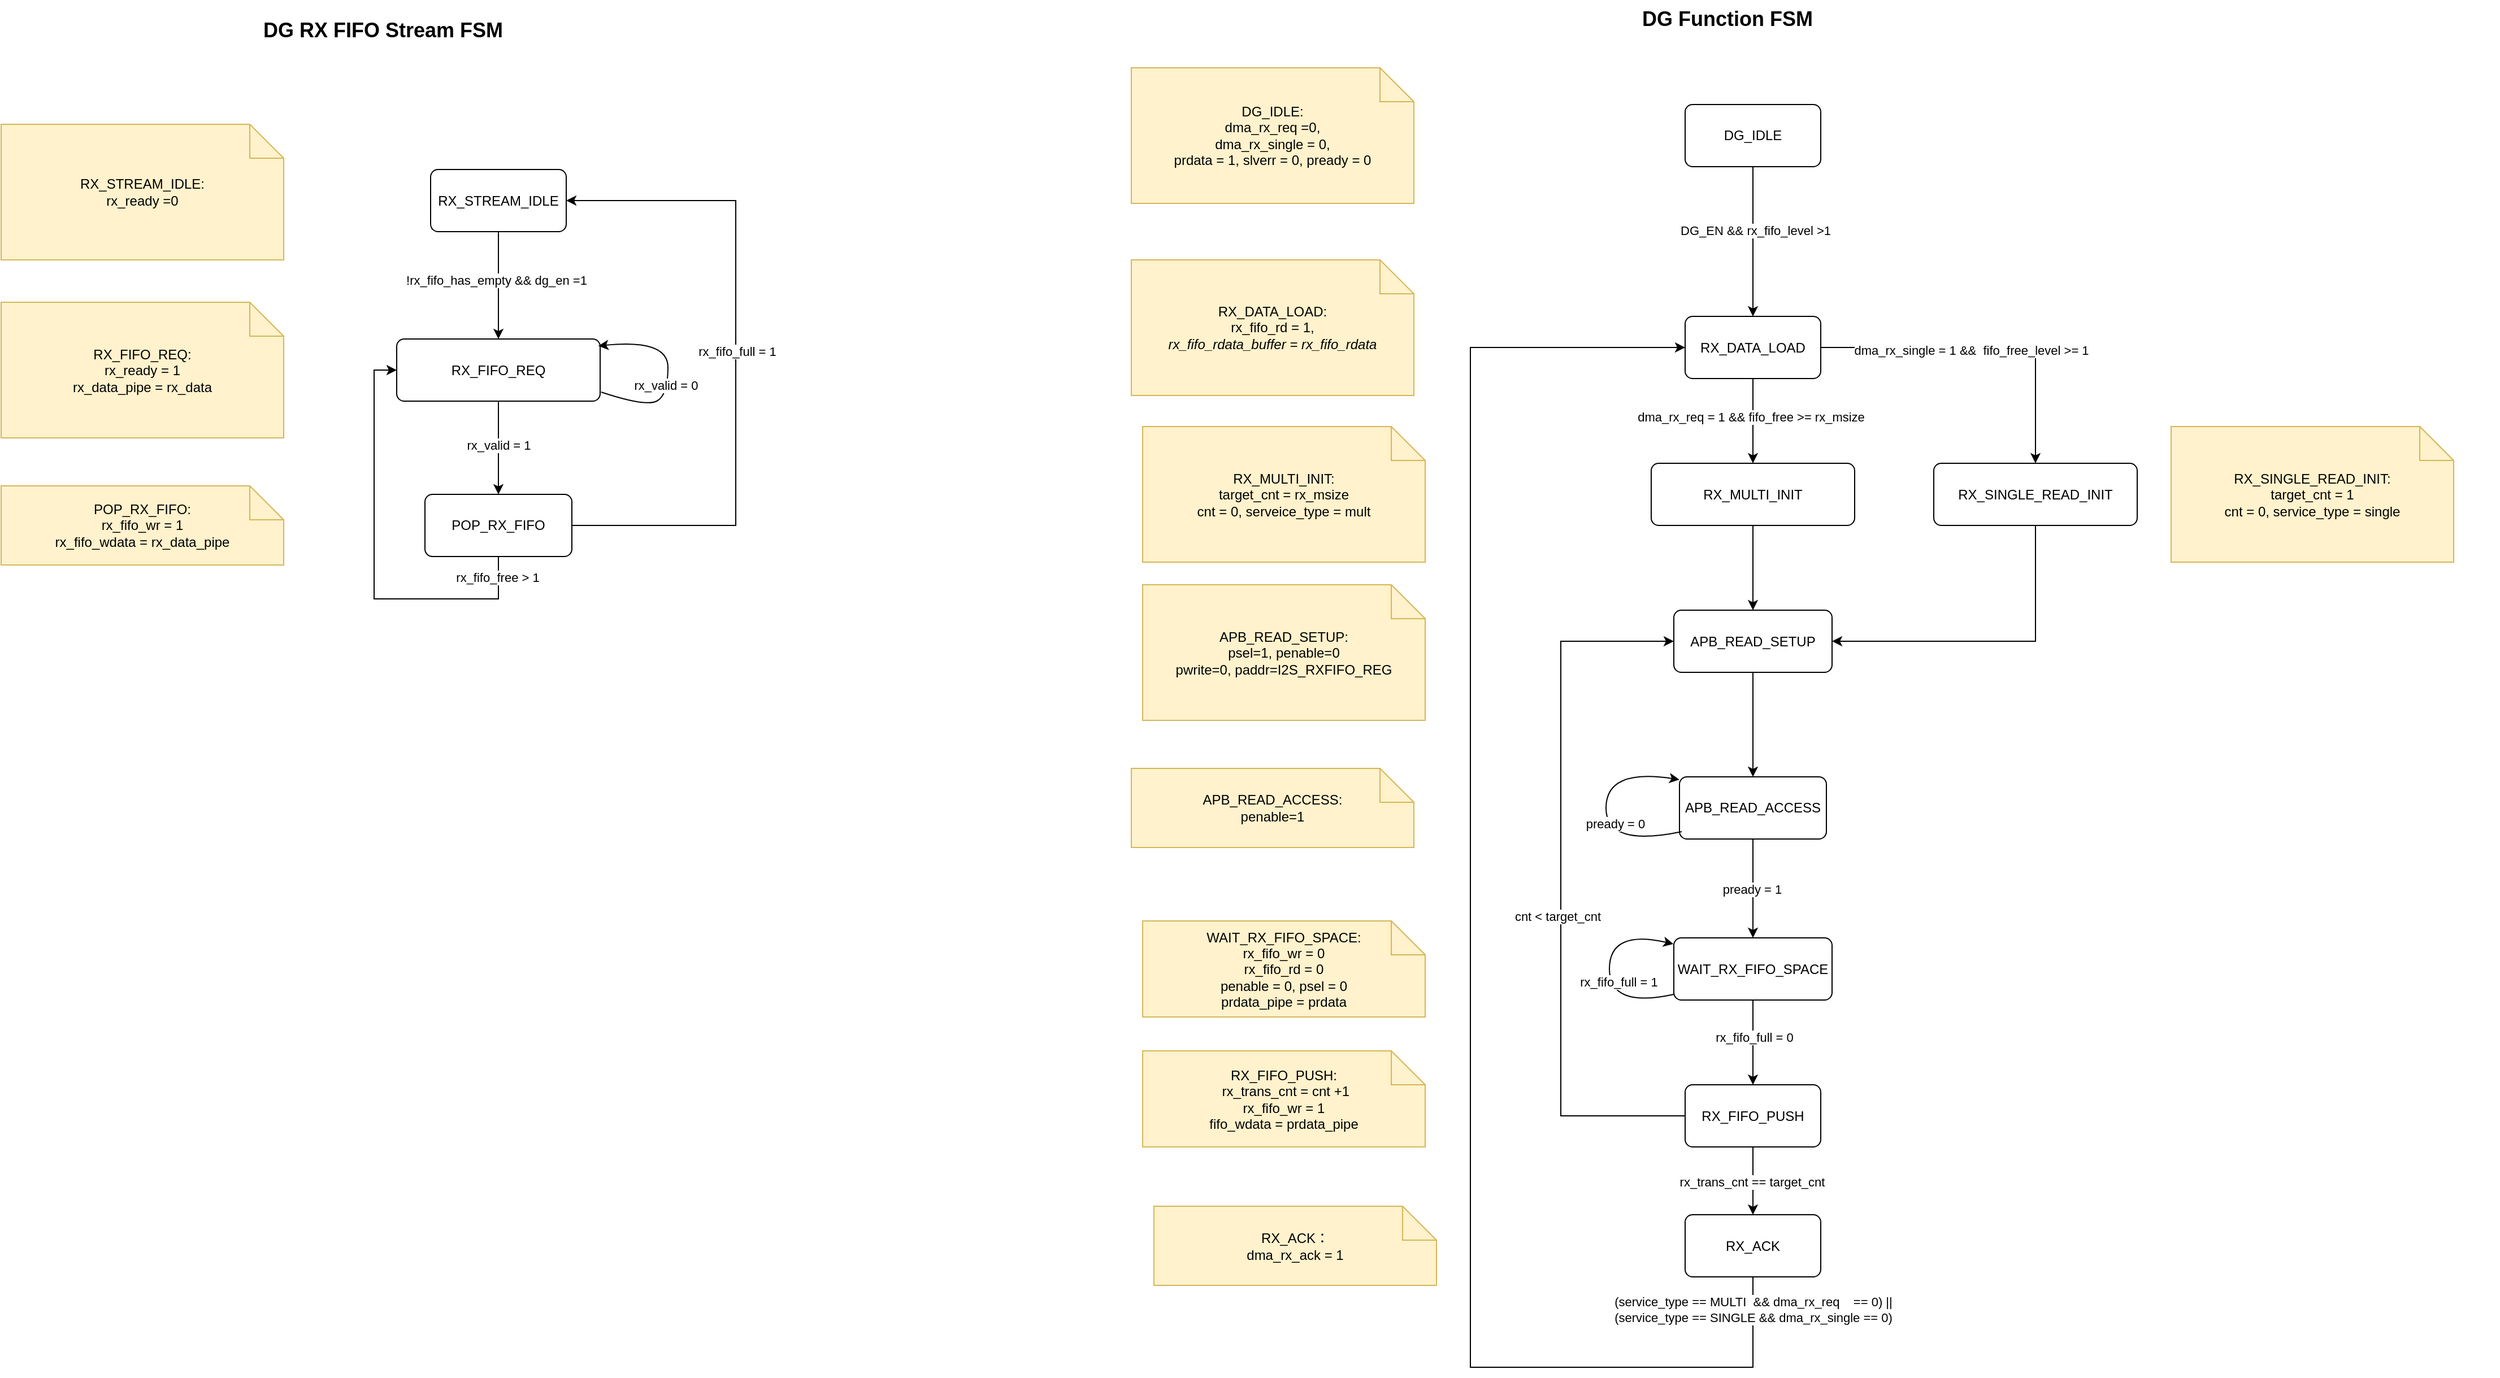
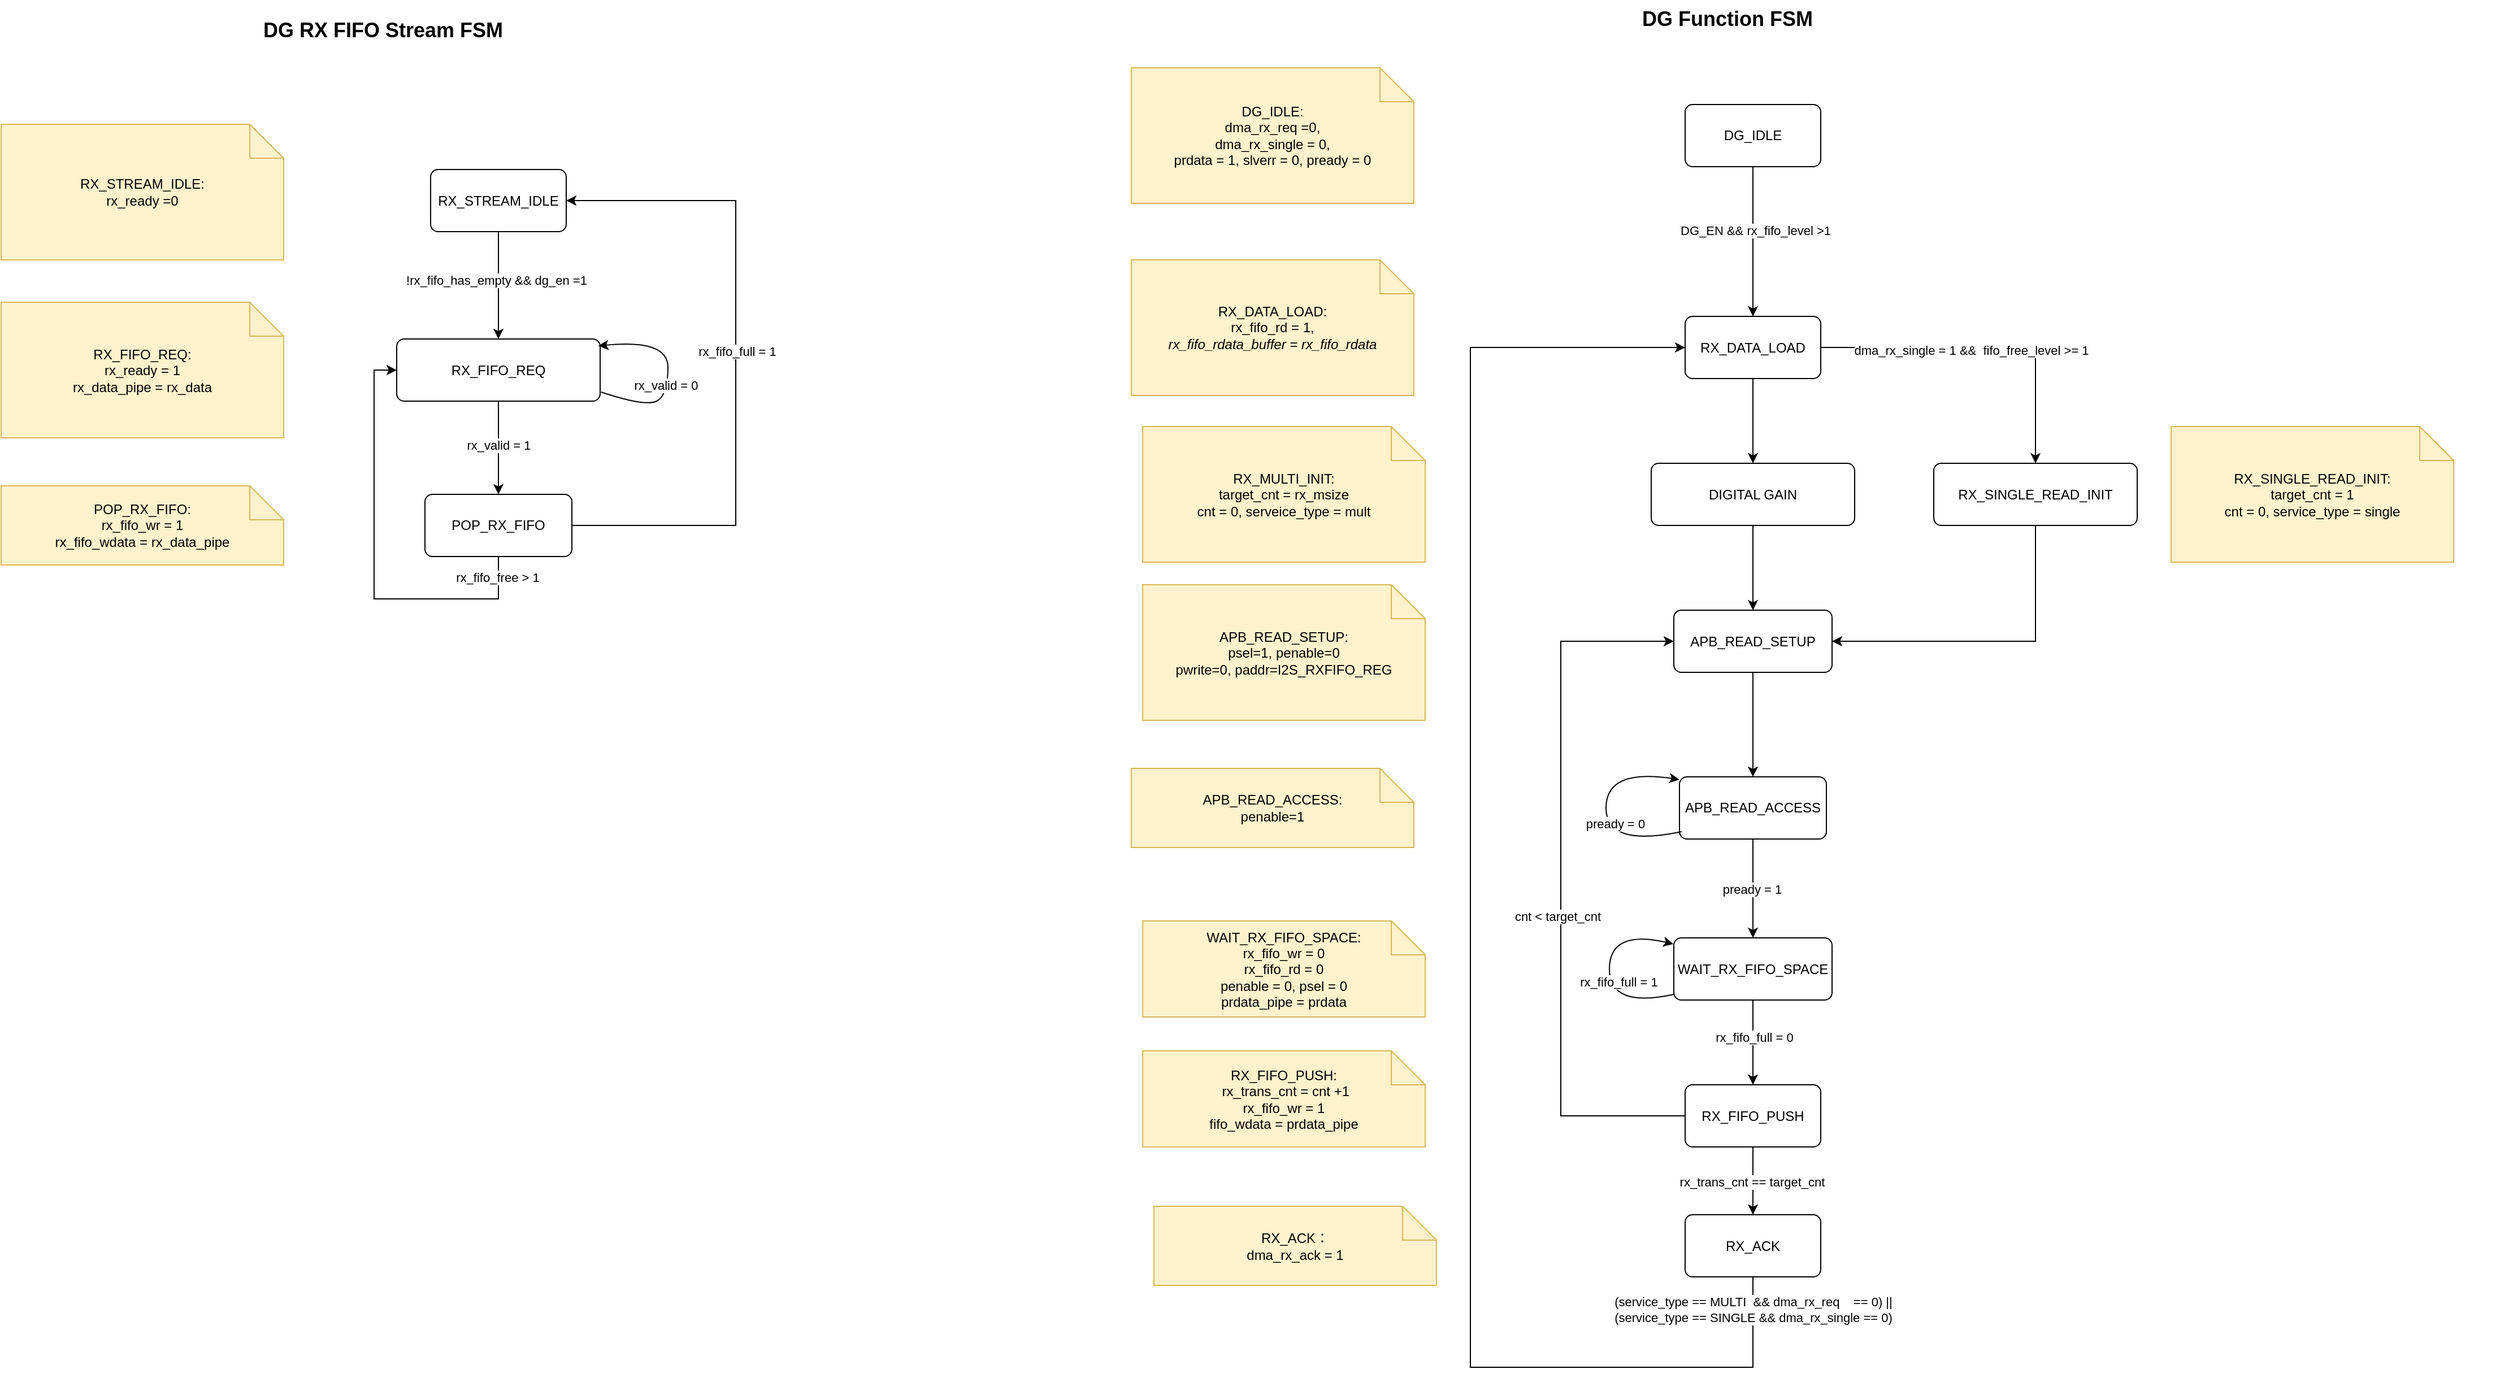
<mxfile host="app.diagrams.net">
  <diagram name="第 1 页" id="1fRNLwPgRf_CtldP1hrz">
-     <mxGraphModel dx="-1120" dy="301" grid="1" gridSize="10" guides="1" tooltips="1" connect="1" arrows="1" fold="1" page="1" pageScale="1" pageWidth="827" pageHeight="1169" math="0" shadow="0">
+     <mxGraphModel dx="-743" dy="514" grid="1" gridSize="10" guides="1" tooltips="1" connect="1" arrows="1" fold="1" page="1" pageScale="1" pageWidth="827" pageHeight="1169" math="0" shadow="0">
      <root>
        <mxCell id="0" />
        <mxCell id="1" parent="0" />
        <mxCell id="M1j7goV4bkzS5Lg1R7Bt-28" parent="1" style="text;html=1;strokeColor=none;fillColor=none;fontSize=18;fontStyle=1;" value="DG RX FIFO Stream FSM&amp;nbsp;&amp;nbsp;" vertex="1">
          <mxGeometry height="40" width="760" x="2040" y="130" as="geometry" />
        </mxCell>
        <mxCell id="M1j7goV4bkzS5Lg1R7Bt-29" parent="1" style="rounded=1;whiteSpace=wrap;html=1;arcSize=12;fillColor=#ffffff;strokeColor=#000000;" value="RX_STREAM_IDLE" vertex="1">
          <mxGeometry height="55" width="120" x="2190" y="270" as="geometry" />
        </mxCell>
        <mxCell id="M1j7goV4bkzS5Lg1R7Bt-30" parent="1" style="rounded=1;whiteSpace=wrap;html=1;arcSize=12;fillColor=#ffffff;strokeColor=#000000;" value="RX_FIFO_REQ" vertex="1">
          <mxGeometry height="55" width="180" x="2160" y="420" as="geometry" />
        </mxCell>
        <mxCell id="M1j7goV4bkzS5Lg1R7Bt-31" edge="1" parent="1" source="M1j7goV4bkzS5Lg1R7Bt-29" style="endArrow=classic;html=1;rounded=0;exitX=0.5;exitY=1;exitDx=0;exitDy=0;entryX=0.5;entryY=0;entryDx=0;entryDy=0;" target="M1j7goV4bkzS5Lg1R7Bt-30" value="">
          <mxGeometry height="50" relative="1" width="50" as="geometry">
            <mxPoint x="2270" y="390" as="sourcePoint" />
            <mxPoint x="2320" y="340" as="targetPoint" />
          </mxGeometry>
        </mxCell>
        <mxCell id="M1j7goV4bkzS5Lg1R7Bt-32" connectable="0" parent="M1j7goV4bkzS5Lg1R7Bt-31" style="edgeLabel;html=1;align=center;verticalAlign=middle;resizable=0;points=[];" value="!rx_fifo_has_empty &amp;amp;&amp;amp; dg_en =1" vertex="1">
          <mxGeometry relative="1" x="-0.0927" y="-2" as="geometry">
            <mxPoint as="offset" />
          </mxGeometry>
        </mxCell>
        <mxCell id="M1j7goV4bkzS5Lg1R7Bt-33" parent="1" style="shape=note;whiteSpace=wrap;html=1;fillColor=#fff2cc;strokeColor=#d6b656;" value="RX_FIFO_REQ:&lt;div&gt;r&lt;span style=&quot;background-color: transparent;&quot;&gt;x_ready = 1&lt;/span&gt;&lt;/div&gt;&lt;div&gt;&lt;span style=&quot;background-color: transparent;&quot;&gt;rx_data_pipe = rx_data&lt;/span&gt;&lt;/div&gt;" vertex="1">
          <mxGeometry height="120" width="250" x="1810" y="387.5" as="geometry" />
        </mxCell>
        <mxCell id="M1j7goV4bkzS5Lg1R7Bt-34" parent="1" style="rounded=1;whiteSpace=wrap;html=1;arcSize=12;fillColor=#ffffff;strokeColor=#000000;" value="POP_RX_FIFO" vertex="1">
          <mxGeometry height="55" width="130" x="2185" y="557.5" as="geometry" />
        </mxCell>
        <mxCell id="M1j7goV4bkzS5Lg1R7Bt-35" edge="1" parent="1" source="M1j7goV4bkzS5Lg1R7Bt-30" style="endArrow=classic;html=1;rounded=0;exitX=0.5;exitY=1;exitDx=0;exitDy=0;entryX=0.5;entryY=0;entryDx=0;entryDy=0;" target="M1j7goV4bkzS5Lg1R7Bt-34" value="">
          <mxGeometry height="50" relative="1" width="50" as="geometry">
            <mxPoint x="2260" y="540" as="sourcePoint" />
            <mxPoint x="2310" y="490" as="targetPoint" />
          </mxGeometry>
        </mxCell>
        <mxCell id="M1j7goV4bkzS5Lg1R7Bt-36" connectable="0" parent="M1j7goV4bkzS5Lg1R7Bt-35" style="edgeLabel;html=1;align=center;verticalAlign=middle;resizable=0;points=[];" value="rx_valid = 1" vertex="1">
          <mxGeometry relative="1" x="-0.0537" as="geometry">
            <mxPoint as="offset" />
          </mxGeometry>
        </mxCell>
        <mxCell id="M1j7goV4bkzS5Lg1R7Bt-37" parent="1" style="shape=note;whiteSpace=wrap;html=1;fillColor=#fff2cc;strokeColor=#d6b656;" value="POP_RX_FIFO:&lt;div&gt;rx_fifo_wr = 1&lt;/div&gt;&lt;div&gt;rx_fifo_wdata = rx_data_pipe&lt;/div&gt;" vertex="1">
          <mxGeometry height="70" width="250" x="1810" y="550" as="geometry" />
        </mxCell>
        <mxCell id="M1j7goV4bkzS5Lg1R7Bt-38" parent="1" style="shape=note;whiteSpace=wrap;html=1;fillColor=#fff2cc;strokeColor=#d6b656;" value="RX_STREAM_IDLE:&lt;div&gt;rx_ready =0&lt;/div&gt;" vertex="1">
          <mxGeometry height="120" width="250" x="1810" y="230" as="geometry" />
        </mxCell>
        <mxCell id="M1j7goV4bkzS5Lg1R7Bt-39" edge="1" parent="1" source="M1j7goV4bkzS5Lg1R7Bt-34" style="endArrow=classic;html=1;rounded=0;exitX=0.5;exitY=1;exitDx=0;exitDy=0;entryX=0;entryY=0.5;entryDx=0;entryDy=0;edgeStyle=orthogonalEdgeStyle;" target="M1j7goV4bkzS5Lg1R7Bt-30" value="">
          <mxGeometry height="50" relative="1" width="50" as="geometry">
            <Array as="points">
              <mxPoint x="2250" y="650" />
              <mxPoint x="2140" y="650" />
              <mxPoint x="2140" y="448" />
            </Array>
            <mxPoint x="2440" y="550" as="sourcePoint" />
            <mxPoint x="2490" y="500" as="targetPoint" />
          </mxGeometry>
        </mxCell>
        <mxCell id="M1j7goV4bkzS5Lg1R7Bt-40" connectable="0" parent="M1j7goV4bkzS5Lg1R7Bt-39" style="edgeLabel;html=1;align=center;verticalAlign=middle;resizable=0;points=[];" value="rx_fifo_free &amp;gt; 1" vertex="1">
          <mxGeometry relative="1" x="-0.9016" y="-1" as="geometry">
            <mxPoint as="offset" />
          </mxGeometry>
        </mxCell>
        <mxCell id="M1j7goV4bkzS5Lg1R7Bt-41" edge="1" parent="1" source="M1j7goV4bkzS5Lg1R7Bt-34" style="endArrow=classic;html=1;rounded=0;exitX=1;exitY=0.5;exitDx=0;exitDy=0;entryX=1;entryY=0.5;entryDx=0;entryDy=0;edgeStyle=orthogonalEdgeStyle;" target="M1j7goV4bkzS5Lg1R7Bt-29" value="">
          <mxGeometry height="50" relative="1" width="50" as="geometry">
            <Array as="points">
              <mxPoint x="2460" y="585" />
              <mxPoint x="2460" y="298" />
            </Array>
            <mxPoint x="2400" y="580" as="sourcePoint" />
            <mxPoint x="2450" y="530" as="targetPoint" />
          </mxGeometry>
        </mxCell>
        <mxCell id="M1j7goV4bkzS5Lg1R7Bt-42" connectable="0" parent="M1j7goV4bkzS5Lg1R7Bt-41" style="edgeLabel;html=1;align=center;verticalAlign=middle;resizable=0;points=[];" value="rx_fifo_full = 1" vertex="1">
          <mxGeometry relative="1" x="0.0267" y="-1" as="geometry">
            <mxPoint as="offset" />
          </mxGeometry>
        </mxCell>
        <mxCell id="M1j7goV4bkzS5Lg1R7Bt-55" edge="1" parent="1" source="M1j7goV4bkzS5Lg1R7Bt-30" style="curved=1;endArrow=classic;html=1;rounded=0;entryX=0.991;entryY=0.112;entryDx=0;entryDy=0;exitX=1.005;exitY=0.854;exitDx=0;exitDy=0;exitPerimeter=0;entryPerimeter=0;" target="M1j7goV4bkzS5Lg1R7Bt-30" value="">
          <mxGeometry height="50" relative="1" width="50" as="geometry">
            <Array as="points">
              <mxPoint x="2380" y="480" />
              <mxPoint x="2400" y="470" />
              <mxPoint x="2400" y="420" />
            </Array>
            <mxPoint x="2350" y="540" as="sourcePoint" />
            <mxPoint x="2400" y="490" as="targetPoint" />
          </mxGeometry>
        </mxCell>
        <mxCell id="M1j7goV4bkzS5Lg1R7Bt-56" connectable="0" parent="M1j7goV4bkzS5Lg1R7Bt-55" style="edgeLabel;html=1;align=center;verticalAlign=middle;resizable=0;points=[];" value="rx_valid = 0" vertex="1">
          <mxGeometry relative="1" x="-0.1698" y="2" as="geometry">
            <mxPoint as="offset" />
          </mxGeometry>
        </mxCell>
        <mxCell id="M1j7goV4bkzS5Lg1R7Bt-60" parent="1" style="text;html=1;strokeColor=none;fillColor=none;fontSize=18;fontStyle=1;" value="DG Function FSM&amp;nbsp;&amp;nbsp;" vertex="1">
          <mxGeometry height="40" width="760" x="3260" y="120" as="geometry" />
        </mxCell>
        <mxCell id="M1j7goV4bkzS5Lg1R7Bt-61" parent="1" style="rounded=1;whiteSpace=wrap;html=1;arcSize=12;fillColor=#ffffff;strokeColor=#000000;" value="RX_DATA_LOAD" vertex="1">
          <mxGeometry height="55" width="120" x="3300" y="400" as="geometry" />
        </mxCell>
        <mxCell id="M1j7goV4bkzS5Lg1R7Bt-62" parent="1" style="rounded=1;whiteSpace=wrap;html=1;arcSize=12;fillColor=#ffffff;strokeColor=#000000;" value="APB_READ_SETUP" vertex="1">
          <mxGeometry height="55" width="140" x="3290" y="660" as="geometry" />
        </mxCell>
        <mxCell id="M1j7goV4bkzS5Lg1R7Bt-63" edge="1" parent="1" source="M1j7goV4bkzS5Lg1R7Bt-61" style="endArrow=classic;html=1;rounded=0;exitX=0.5;exitY=1;exitDx=0;exitDy=0;entryX=0.5;entryY=0;entryDx=0;entryDy=0;" target="M1j7goV4bkzS5Lg1R7Bt-99" value="">
          <mxGeometry height="50" relative="1" width="50" as="geometry">
            <mxPoint x="3380" y="520" as="sourcePoint" />
            <mxPoint x="3360" y="530" as="targetPoint" />
          </mxGeometry>
        </mxCell>
-         <mxCell id="M1j7goV4bkzS5Lg1R7Bt-64" connectable="0" parent="M1j7goV4bkzS5Lg1R7Bt-63" style="edgeLabel;html=1;align=center;verticalAlign=middle;resizable=0;points=[];" value="dma_rx_req = 1 &amp;amp;&amp;amp; fifo_free &amp;gt;= rx_msize" vertex="1">
-           <mxGeometry relative="1" x="-0.0927" y="-2" as="geometry">
-             <mxPoint as="offset" />
-           </mxGeometry>
-         </mxCell>
        <mxCell id="M1j7goV4bkzS5Lg1R7Bt-65" parent="1" style="shape=note;whiteSpace=wrap;html=1;fillColor=#fff2cc;strokeColor=#d6b656;" value="APB_READ_SETUP:&lt;div&gt;psel=1, penable=0&lt;br&gt;pwrite=0, paddr=I2S_RXFIFO_REG&lt;/div&gt;" vertex="1">
          <mxGeometry height="120" width="250" x="2820" y="637.5" as="geometry" />
        </mxCell>
        <mxCell id="M1j7goV4bkzS5Lg1R7Bt-66" parent="1" style="rounded=1;whiteSpace=wrap;html=1;arcSize=12;fillColor=#ffffff;strokeColor=#000000;" value="APB_READ_ACCESS" vertex="1">
          <mxGeometry height="55" width="130" x="3295" y="807.5" as="geometry" />
        </mxCell>
        <mxCell id="M1j7goV4bkzS5Lg1R7Bt-67" edge="1" parent="1" source="M1j7goV4bkzS5Lg1R7Bt-62" style="endArrow=classic;html=1;rounded=0;exitX=0.5;exitY=1;exitDx=0;exitDy=0;entryX=0.5;entryY=0;entryDx=0;entryDy=0;" target="M1j7goV4bkzS5Lg1R7Bt-66" value="">
          <mxGeometry height="50" relative="1" width="50" as="geometry">
            <mxPoint x="3370" y="790" as="sourcePoint" />
            <mxPoint x="3420" y="740" as="targetPoint" />
          </mxGeometry>
        </mxCell>
        <mxCell id="M1j7goV4bkzS5Lg1R7Bt-68" parent="1" style="shape=note;whiteSpace=wrap;html=1;fillColor=#fff2cc;strokeColor=#d6b656;" value="APB_READ_ACCESS:&lt;br&gt;penable=1" vertex="1">
          <mxGeometry height="70" width="250" x="2810" y="800" as="geometry" />
        </mxCell>
        <mxCell id="M1j7goV4bkzS5Lg1R7Bt-69" edge="1" parent="1" source="M1j7goV4bkzS5Lg1R7Bt-66" style="curved=1;endArrow=classic;html=1;rounded=0;exitX=0.015;exitY=0.881;exitDx=0;exitDy=0;entryX=0;entryY=0;entryDx=0;entryDy=0;exitPerimeter=0;" value="">
          <mxGeometry height="50" relative="1" width="50" as="geometry">
            <Array as="points">
              <mxPoint x="3230" y="870" />
              <mxPoint x="3230" y="800" />
            </Array>
            <mxPoint x="3295" y="865" as="sourcePoint" />
            <mxPoint x="3295" y="810" as="targetPoint" />
          </mxGeometry>
        </mxCell>
        <mxCell id="M1j7goV4bkzS5Lg1R7Bt-70" connectable="0" parent="M1j7goV4bkzS5Lg1R7Bt-69" style="edgeLabel;html=1;align=center;verticalAlign=middle;resizable=0;points=[];" value="pready = 0" vertex="1">
          <mxGeometry relative="1" x="-0.1215" y="-8" as="geometry">
            <mxPoint as="offset" />
          </mxGeometry>
        </mxCell>
        <mxCell id="M1j7goV4bkzS5Lg1R7Bt-71" parent="1" style="rounded=1;whiteSpace=wrap;html=1;arcSize=12;fillColor=#ffffff;strokeColor=#000000;" value="WAIT_RX_FIFO_SPACE" vertex="1">
          <mxGeometry height="55" width="140" x="3290" y="950" as="geometry" />
        </mxCell>
        <mxCell id="M1j7goV4bkzS5Lg1R7Bt-72" edge="1" parent="1" source="M1j7goV4bkzS5Lg1R7Bt-66" style="endArrow=classic;html=1;rounded=0;exitX=0.5;exitY=1;exitDx=0;exitDy=0;entryX=0.5;entryY=0;entryDx=0;entryDy=0;" target="M1j7goV4bkzS5Lg1R7Bt-71" value="">
          <mxGeometry height="50" relative="1" width="50" as="geometry">
            <mxPoint x="3350" y="940" as="sourcePoint" />
            <mxPoint x="3400" y="890" as="targetPoint" />
          </mxGeometry>
        </mxCell>
        <mxCell id="M1j7goV4bkzS5Lg1R7Bt-73" connectable="0" parent="M1j7goV4bkzS5Lg1R7Bt-72" style="edgeLabel;html=1;align=center;verticalAlign=middle;resizable=0;points=[];" value="pready = 1" vertex="1">
          <mxGeometry relative="1" x="0.0089" y="-1" as="geometry">
            <mxPoint as="offset" />
          </mxGeometry>
        </mxCell>
        <mxCell id="M1j7goV4bkzS5Lg1R7Bt-74" parent="1" style="shape=note;whiteSpace=wrap;html=1;fillColor=#fff2cc;strokeColor=#d6b656;" value="WAIT_RX_FIFO_SPACE:&lt;div&gt;rx_fifo_wr = 0&lt;/div&gt;&lt;div&gt;rx_fifo_rd = 0&lt;br&gt;&lt;/div&gt;&lt;div&gt;penable = 0, psel = 0&lt;/div&gt;&lt;div&gt;prdata_pipe = prdata&lt;/div&gt;" vertex="1">
          <mxGeometry height="85" width="250" x="2820" y="935" as="geometry" />
        </mxCell>
        <mxCell id="M1j7goV4bkzS5Lg1R7Bt-75" parent="1" style="rounded=1;whiteSpace=wrap;html=1;arcSize=12;fillColor=#ffffff;strokeColor=#000000;" value="RX_ACK" vertex="1">
          <mxGeometry height="55" width="120" x="3300" y="1195" as="geometry" />
        </mxCell>
        <mxCell id="M1j7goV4bkzS5Lg1R7Bt-76" edge="1" parent="1" source="M1j7goV4bkzS5Lg1R7Bt-87" style="endArrow=classic;html=1;rounded=0;exitX=0.5;exitY=1;exitDx=0;exitDy=0;" value="">
          <mxGeometry height="50" relative="1" width="50" as="geometry">
            <mxPoint x="3359.57" y="1120" as="sourcePoint" />
            <mxPoint x="3360" y="1195" as="targetPoint" />
          </mxGeometry>
        </mxCell>
        <mxCell id="M1j7goV4bkzS5Lg1R7Bt-77" connectable="0" parent="M1j7goV4bkzS5Lg1R7Bt-76" style="edgeLabel;html=1;align=center;verticalAlign=middle;resizable=0;points=[];" value="rx_trans_cnt == target_cnt" vertex="1">
          <mxGeometry relative="1" x="0.0089" y="-1" as="geometry">
            <mxPoint as="offset" />
          </mxGeometry>
        </mxCell>
        <mxCell id="M1j7goV4bkzS5Lg1R7Bt-78" parent="1" style="shape=note;whiteSpace=wrap;html=1;fillColor=#fff2cc;strokeColor=#d6b656;" value="RX_ACK：&lt;div&gt;dma_rx_ack = 1&lt;/div&gt;" vertex="1">
          <mxGeometry height="70" width="250" x="2830" y="1187.5" as="geometry" />
        </mxCell>
        <mxCell id="M1j7goV4bkzS5Lg1R7Bt-79" parent="1" style="shape=note;whiteSpace=wrap;html=1;fillColor=#fff2cc;strokeColor=#d6b656;" value="RX_DATA_LOAD:&lt;div&gt;rx_fifo_rd = 1,&lt;/div&gt;&lt;div&gt;&lt;i&gt;rx_fifo_rdata_buffer = rx_fifo_rdata&lt;/i&gt;&lt;/div&gt;" vertex="1">
          <mxGeometry height="120" width="250" x="2810" y="350" as="geometry" />
        </mxCell>
        <mxCell id="M1j7goV4bkzS5Lg1R7Bt-80" edge="1" parent="1" source="M1j7goV4bkzS5Lg1R7Bt-75" style="endArrow=classic;html=1;rounded=0;exitX=0.5;exitY=1;exitDx=0;exitDy=0;edgeStyle=orthogonalEdgeStyle;entryX=0;entryY=0.5;entryDx=0;entryDy=0;" target="M1j7goV4bkzS5Lg1R7Bt-61" value="">
          <mxGeometry height="50" relative="1" width="50" as="geometry">
            <Array as="points">
              <mxPoint x="3360" y="1330" />
              <mxPoint x="3110" y="1330" />
              <mxPoint x="3110" y="428" />
            </Array>
            <mxPoint x="3249.95" y="1012.5" as="sourcePoint" />
            <mxPoint x="3190" y="425" as="targetPoint" />
          </mxGeometry>
        </mxCell>
        <mxCell id="M1j7goV4bkzS5Lg1R7Bt-81" connectable="0" parent="M1j7goV4bkzS5Lg1R7Bt-80" style="edgeLabel;html=1;align=center;verticalAlign=middle;resizable=0;points=[];" value="&lt;div&gt;(service_type == MULTI&amp;nbsp; &amp;amp;&amp;amp; dma_rx_req&amp;nbsp; &amp;nbsp; == 0) ||&lt;/div&gt;&lt;div&gt;(service_type == SINGLE &amp;amp;&amp;amp; dma_rx_single == 0)&lt;/div&gt;" vertex="1">
          <mxGeometry relative="1" x="-0.9589" as="geometry">
            <mxPoint as="offset" />
          </mxGeometry>
        </mxCell>
        <mxCell id="M1j7goV4bkzS5Lg1R7Bt-82" edge="1" parent="1" source="M1j7goV4bkzS5Lg1R7Bt-61" style="endArrow=classic;html=1;rounded=0;exitX=1;exitY=0.5;exitDx=0;exitDy=0;edgeStyle=orthogonalEdgeStyle;entryX=0.5;entryY=0;entryDx=0;entryDy=0;" target="M1j7goV4bkzS5Lg1R7Bt-84" value="">
          <mxGeometry height="50" relative="1" width="50" as="geometry">
            <mxPoint x="3590" y="500" as="sourcePoint" />
            <mxPoint x="3600" y="520" as="targetPoint" />
          </mxGeometry>
        </mxCell>
        <mxCell id="M1j7goV4bkzS5Lg1R7Bt-83" connectable="0" parent="M1j7goV4bkzS5Lg1R7Bt-82" style="edgeLabel;html=1;align=center;verticalAlign=middle;resizable=0;points=[];" value="dma_rx_single = 1 &amp;amp;&amp;amp;&amp;nbsp; fifo_free_level &amp;gt;= 1" vertex="1">
          <mxGeometry relative="1" x="-0.0927" y="-2" as="geometry">
            <mxPoint as="offset" />
          </mxGeometry>
        </mxCell>
        <mxCell id="M1j7goV4bkzS5Lg1R7Bt-84" parent="1" style="rounded=1;whiteSpace=wrap;html=1;arcSize=12;fillColor=#ffffff;strokeColor=#000000;" value="RX_SINGLE_READ_INIT" vertex="1">
          <mxGeometry height="55" width="180" x="3520" y="530" as="geometry" />
        </mxCell>
        <mxCell id="M1j7goV4bkzS5Lg1R7Bt-85" parent="1" style="shape=note;whiteSpace=wrap;html=1;fillColor=#fff2cc;strokeColor=#d6b656;" value="RX_SINGLE_READ_INIT:&lt;div&gt;target_cnt = 1&lt;br&gt;cnt = 0, service_type = single&lt;/div&gt;" vertex="1">
          <mxGeometry height="120" width="250" x="3730" y="497.5" as="geometry" />
        </mxCell>
        <mxCell id="M1j7goV4bkzS5Lg1R7Bt-86" edge="1" parent="1" source="M1j7goV4bkzS5Lg1R7Bt-84" style="endArrow=classic;html=1;rounded=0;exitX=0.5;exitY=1;exitDx=0;exitDy=0;entryX=1;entryY=0.5;entryDx=0;entryDy=0;edgeStyle=orthogonalEdgeStyle;" target="M1j7goV4bkzS5Lg1R7Bt-62" value="">
          <mxGeometry height="50" relative="1" width="50" as="geometry">
            <mxPoint x="3570" y="910" as="sourcePoint" />
            <mxPoint x="3620" y="860" as="targetPoint" />
          </mxGeometry>
        </mxCell>
        <mxCell id="M1j7goV4bkzS5Lg1R7Bt-87" parent="1" style="rounded=1;whiteSpace=wrap;html=1;arcSize=12;fillColor=#ffffff;strokeColor=#000000;" value="RX_FIFO_PUSH" vertex="1">
          <mxGeometry height="55" width="120" x="3300" y="1080" as="geometry" />
        </mxCell>
        <mxCell id="M1j7goV4bkzS5Lg1R7Bt-88" edge="1" parent="1" source="M1j7goV4bkzS5Lg1R7Bt-71" style="endArrow=classic;html=1;rounded=0;exitX=0.5;exitY=1;exitDx=0;exitDy=0;entryX=0.5;entryY=0;entryDx=0;entryDy=0;" target="M1j7goV4bkzS5Lg1R7Bt-87" value="">
          <mxGeometry height="50" relative="1" width="50" as="geometry">
            <mxPoint x="3430" y="1070" as="sourcePoint" />
            <mxPoint x="3480" y="1020" as="targetPoint" />
          </mxGeometry>
        </mxCell>
        <mxCell id="M1j7goV4bkzS5Lg1R7Bt-89" connectable="0" parent="M1j7goV4bkzS5Lg1R7Bt-88" style="edgeLabel;html=1;align=center;verticalAlign=middle;resizable=0;points=[];" value="rx_fifo_full = 0" vertex="1">
          <mxGeometry relative="1" x="-0.1138" y="1" as="geometry">
            <mxPoint as="offset" />
          </mxGeometry>
        </mxCell>
        <mxCell id="M1j7goV4bkzS5Lg1R7Bt-90" edge="1" parent="1" style="curved=1;endArrow=classic;html=1;rounded=0;entryX=-0.002;entryY=0.099;entryDx=0;entryDy=0;entryPerimeter=0;" target="M1j7goV4bkzS5Lg1R7Bt-71" value="">
          <mxGeometry height="50" relative="1" width="50" as="geometry">
            <Array as="points">
              <mxPoint x="3233" y="1012.5" />
              <mxPoint x="3233" y="942.5" />
            </Array>
            <mxPoint x="3290" y="1000" as="sourcePoint" />
            <mxPoint x="3298" y="952.5" as="targetPoint" />
          </mxGeometry>
        </mxCell>
        <mxCell id="M1j7goV4bkzS5Lg1R7Bt-91" connectable="0" parent="M1j7goV4bkzS5Lg1R7Bt-90" style="edgeLabel;html=1;align=center;verticalAlign=middle;resizable=0;points=[];" value="rx_fifo_full = 1" vertex="1">
          <mxGeometry relative="1" x="-0.1215" y="-8" as="geometry">
            <mxPoint as="offset" />
          </mxGeometry>
        </mxCell>
        <mxCell id="M1j7goV4bkzS5Lg1R7Bt-92" parent="1" style="shape=note;whiteSpace=wrap;html=1;fillColor=#fff2cc;strokeColor=#d6b656;" value="RX_FIFO_PUSH:&lt;div&gt;&amp;nbsp;rx_trans_cnt = cnt +1&lt;br&gt;&lt;/div&gt;&lt;div&gt;rx_fifo_wr = 1&lt;br&gt;fifo_wdata = prdata_pipe&lt;/div&gt;" vertex="1">
          <mxGeometry height="85" width="250" x="2820" y="1050" as="geometry" />
        </mxCell>
        <mxCell id="M1j7goV4bkzS5Lg1R7Bt-93" parent="1" style="rounded=1;whiteSpace=wrap;html=1;arcSize=12;fillColor=#ffffff;strokeColor=#000000;" value="DG_IDLE" vertex="1">
          <mxGeometry height="55" width="120" x="3300" y="212.5" as="geometry" />
        </mxCell>
        <mxCell id="M1j7goV4bkzS5Lg1R7Bt-94" edge="1" parent="1" source="M1j7goV4bkzS5Lg1R7Bt-93" style="endArrow=classic;html=1;rounded=0;exitX=0.5;exitY=1;exitDx=0;exitDy=0;" target="M1j7goV4bkzS5Lg1R7Bt-61" value="">
          <mxGeometry height="50" relative="1" width="50" as="geometry">
            <mxPoint x="3400" y="320" as="sourcePoint" />
            <mxPoint x="3450" y="270" as="targetPoint" />
          </mxGeometry>
        </mxCell>
        <mxCell id="M1j7goV4bkzS5Lg1R7Bt-95" connectable="0" parent="M1j7goV4bkzS5Lg1R7Bt-94" style="edgeLabel;html=1;align=center;verticalAlign=middle;resizable=0;points=[];" value="DG_EN &amp;amp;&amp;amp; rx_fifo_level &amp;gt;1" vertex="1">
          <mxGeometry relative="1" x="-0.1446" y="2" as="geometry">
            <mxPoint as="offset" />
          </mxGeometry>
        </mxCell>
        <mxCell id="M1j7goV4bkzS5Lg1R7Bt-96" parent="1" style="shape=note;whiteSpace=wrap;html=1;fillColor=#fff2cc;strokeColor=#d6b656;" value="DG_IDLE:&lt;div&gt;dma_rx_req =0,&lt;/div&gt;&lt;div&gt;dma_rx_single = 0,&lt;/div&gt;&lt;div&gt;prdata = 1, slverr = 0, pready = 0&lt;/div&gt;" vertex="1">
          <mxGeometry height="120" width="250" x="2810" y="180" as="geometry" />
        </mxCell>
        <mxCell id="M1j7goV4bkzS5Lg1R7Bt-97" edge="1" parent="1" source="M1j7goV4bkzS5Lg1R7Bt-87" style="endArrow=classic;html=1;rounded=0;exitX=0;exitY=0.5;exitDx=0;exitDy=0;edgeStyle=orthogonalEdgeStyle;entryX=0;entryY=0.5;entryDx=0;entryDy=0;" target="M1j7goV4bkzS5Lg1R7Bt-62" value="">
          <mxGeometry height="50" relative="1" width="50" as="geometry">
            <Array as="points">
              <mxPoint x="3190" y="1108" />
              <mxPoint x="3190" y="688" />
            </Array>
            <mxPoint x="3070" y="1106.88" as="sourcePoint" />
            <mxPoint x="3140" y="770" as="targetPoint" />
          </mxGeometry>
        </mxCell>
        <mxCell id="M1j7goV4bkzS5Lg1R7Bt-98" connectable="0" parent="M1j7goV4bkzS5Lg1R7Bt-97" style="edgeLabel;html=1;align=center;verticalAlign=middle;resizable=0;points=[];" value="cnt &amp;lt; target_cnt" vertex="1">
          <mxGeometry relative="1" x="-0.0902" y="3" as="geometry">
            <mxPoint as="offset" />
          </mxGeometry>
        </mxCell>
-         <mxCell id="M1j7goV4bkzS5Lg1R7Bt-99" parent="1" style="rounded=1;whiteSpace=wrap;html=1;arcSize=12;fillColor=#ffffff;strokeColor=#000000;" value="RX_MULTI_INIT" vertex="1">
+         <mxCell id="M1j7goV4bkzS5Lg1R7Bt-99" parent="1" style="rounded=1;whiteSpace=wrap;html=1;arcSize=12;fillColor=#ffffff;strokeColor=#000000;" value="DIGITAL GAIN" vertex="1">
          <mxGeometry height="55" width="180" x="3270" y="530" as="geometry" />
        </mxCell>
        <mxCell id="M1j7goV4bkzS5Lg1R7Bt-100" edge="1" parent="1" source="M1j7goV4bkzS5Lg1R7Bt-99" style="endArrow=classic;html=1;rounded=0;exitX=0.5;exitY=1;exitDx=0;exitDy=0;entryX=0.5;entryY=0;entryDx=0;entryDy=0;" target="M1j7goV4bkzS5Lg1R7Bt-62" value="">
          <mxGeometry height="50" relative="1" width="50" as="geometry">
            <mxPoint x="3350" y="600" as="sourcePoint" />
            <mxPoint x="3350" y="665" as="targetPoint" />
          </mxGeometry>
        </mxCell>
        <mxCell id="M1j7goV4bkzS5Lg1R7Bt-101" parent="1" style="shape=note;whiteSpace=wrap;html=1;fillColor=#fff2cc;strokeColor=#d6b656;" value="RX_MULTI_INIT:&lt;div&gt;target_cnt = rx_msize&lt;br&gt;cnt = 0, serveice_type = mult&lt;/div&gt;" vertex="1">
          <mxGeometry height="120" width="250" x="2820" y="497.5" as="geometry" />
        </mxCell>
      </root>
    </mxGraphModel>
  </diagram>
</mxfile>
